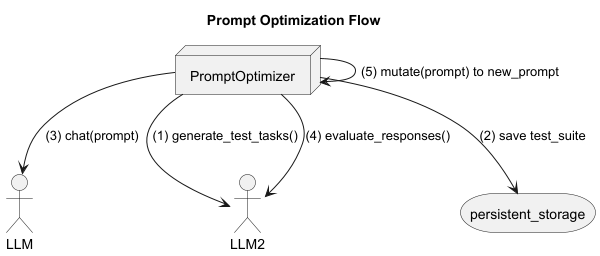
The PlantUML diagram docs/HLD-0-Prompt_Optimization_Flow.png in ozdemirht/py_claude_prompt_eng, before a commit.
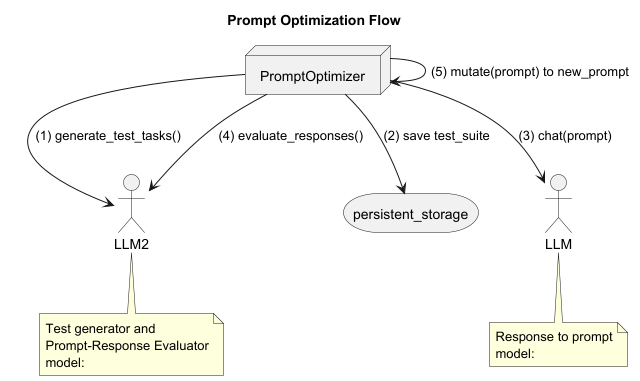
After the change.

Commit message:
Added HLD for Prompt Optimization

The edit, as a diff of the source:
```diff
@@ -3,9 +3,20 @@
 title Prompt Optimization Flow
 
 node PromptOptimizer
+
+actor LLM2
+note bottom of LLM2
+Test generator and
+Prompt-Response Evaluator
+model:
+end note
+
+storage persistent_storage
 actor LLM
-actor LLM2
-storage persistent_storage
+note bottom of LLM
+Response to prompt
+model:
+end note
 
 PromptOptimizer --> LLM2: (1) generate_test_tasks()
 
```
